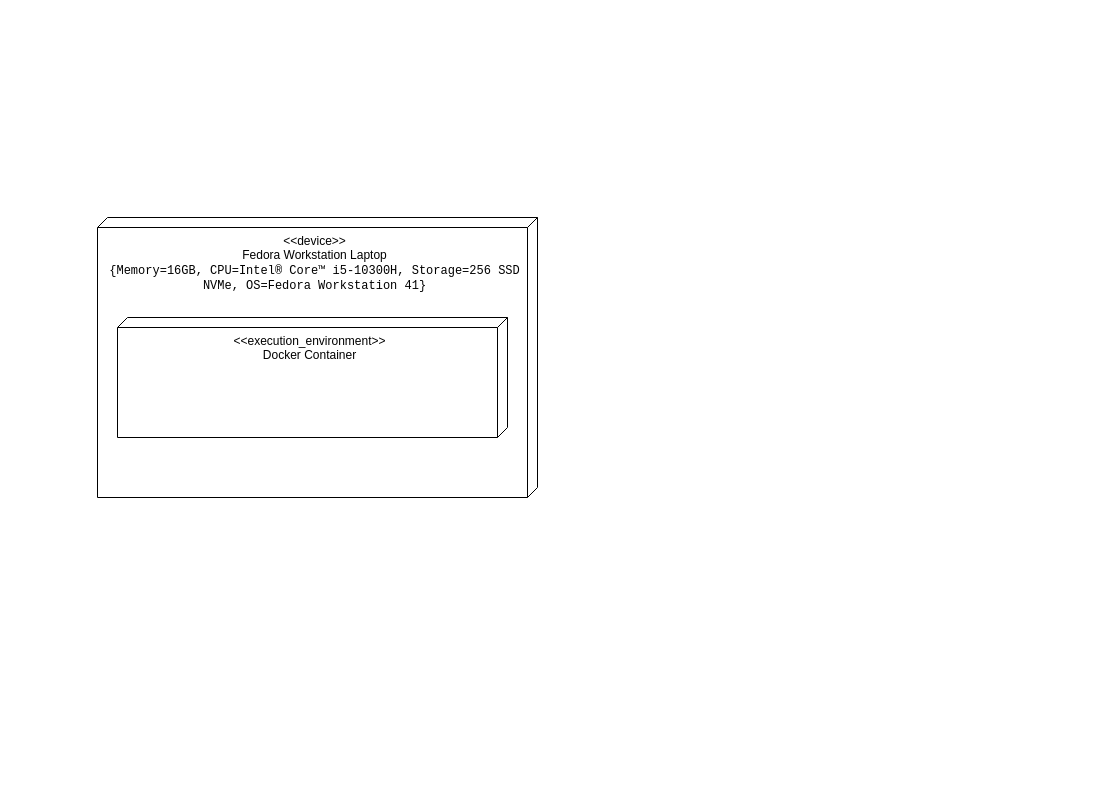
The draw.io diagram assets/deployment-model.drawio in joevtap/distributed-systems-jms-demo, before the edit. Source tidied: cells renumbered, new cells numbered last; positions are measured from the earlier drawing's top-left corner, leaving out a move shared by most shapes. Both pictures are drawn from the tidied source at 100%, with x=0, y=0 at pixel (97, 217).
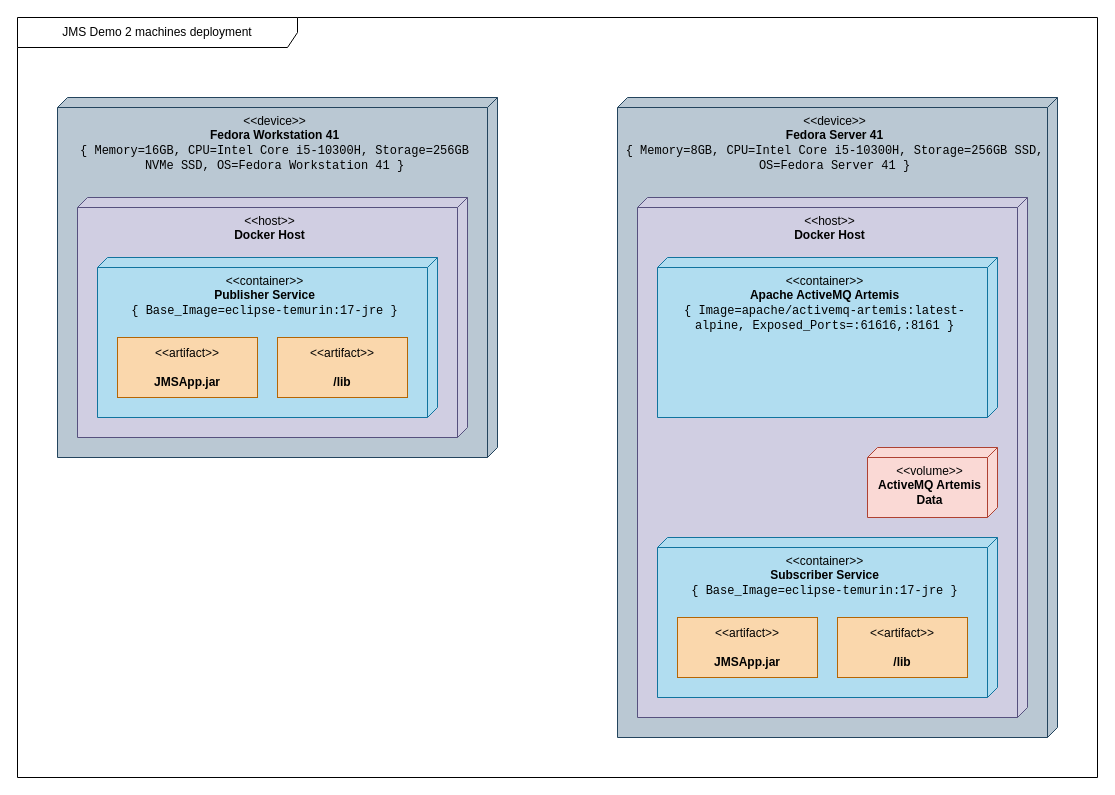
The same page after the edit.

The edit, as a diff of the source:
```diff
@@
 <mxGraphModel>
   <root>
     <mxCell id="0" />
     <mxCell id="1" parent="0" />
+    <mxCell id="4" value="JMS Demo 2 machines deployment" style="shape=umlFrame;whiteSpace=wrap;html=1;width=280;height=30;" parent="1" vertex="1">
+      <mxGeometry x="-80" y="-200" width="1080" height="760" as="geometry" />
+    </mxCell>
-    <mxCell id="2" value="&lt;div&gt;&amp;lt;&amp;lt;device&amp;gt;&amp;gt;&lt;/div&gt;&lt;div&gt;Fedora Workstation Laptop&lt;/div&gt;&lt;font face=&quot;monospace&quot;&gt;{Memory=16GB, CPU=Intel® Core™ i5-10300H,&amp;nbsp;Storage=256 SSD NVMe, OS=Fedora Workstation 41}&lt;/font&gt;" style="verticalAlign=top;align=center;shape=cube;size=10;direction=south;fontStyle=0;html=1;boundedLbl=1;spacingLeft=5;whiteSpace=wrap;" parent="1" vertex="1">
-      <mxGeometry width="440" height="280" as="geometry" />
+    <mxCell id="2" value="&lt;div&gt;&amp;lt;&amp;lt;device&amp;gt;&amp;gt;&lt;/div&gt;&lt;div&gt;&lt;b&gt;Fedora Workstation 41&lt;/b&gt;&lt;/div&gt;&lt;font face=&quot;monospace&quot;&gt;{ Memory=16GB, CPU=Intel Core i5-10300H,&amp;nbsp;Storage=256GB NVMe SSD, OS=Fedora Workstation 41 }&lt;/font&gt;" style="verticalAlign=top;align=center;shape=cube;size=10;direction=south;fontStyle=0;html=1;boundedLbl=1;spacingLeft=5;whiteSpace=wrap;fillColor=#bac8d3;strokeColor=#23445d;" parent="4" vertex="1">
+      <mxGeometry x="40" y="80" width="440" height="360" as="geometry" />
     </mxCell>
-    <mxCell id="3" value="&amp;lt;&amp;lt;execution_environment&amp;gt;&amp;gt;&lt;div&gt;Docker Container&lt;/div&gt;" style="verticalAlign=top;align=center;shape=cube;size=10;direction=south;html=1;boundedLbl=1;spacingLeft=5;whiteSpace=wrap;" parent="2" vertex="1">
-      <mxGeometry width="390" height="120" relative="1" as="geometry">
+    <mxCell id="3" value="&amp;lt;&amp;lt;host&amp;gt;&amp;gt;&lt;div&gt;&lt;b&gt;Docker Host&lt;/b&gt;&lt;/div&gt;" style="verticalAlign=top;align=center;shape=cube;size=10;direction=south;html=1;boundedLbl=1;spacingLeft=5;whiteSpace=wrap;fillColor=#d0cee2;strokeColor=#56517e;" parent="2" vertex="1">
+      <mxGeometry width="390" height="240" relative="1" as="geometry">
         <mxPoint x="20" y="100" as="offset" />
       </mxGeometry>
     </mxCell>
+    <mxCell id="5" value="&amp;lt;&amp;lt;container&amp;gt;&amp;gt;&lt;div&gt;&lt;b&gt;Publisher Service&lt;br&gt;&lt;/b&gt;&lt;font face=&quot;Monospace&quot;&gt;{ Base_Image=eclipse-temurin:17-jre }&lt;/font&gt;&lt;/div&gt;" style="verticalAlign=top;align=center;shape=cube;size=10;direction=south;html=1;boundedLbl=1;spacingLeft=5;whiteSpace=wrap;fillColor=#b1ddf0;strokeColor=#10739e;" parent="2" vertex="1">
+      <mxGeometry width="340" height="160" relative="1" as="geometry">
+        <mxPoint x="40" y="160" as="offset" />
+      </mxGeometry>
+    </mxCell>
+    <mxCell id="6" value="&amp;lt;&amp;lt;artifact&amp;gt;&amp;gt;&lt;br&gt;&lt;br&gt;&lt;b&gt;JMSApp.jar&lt;/b&gt;" style="html=1;align=center;verticalAlign=middle;dashed=0;whiteSpace=wrap;fillColor=#fad7ac;strokeColor=#b46504;" parent="2" vertex="1">
+      <mxGeometry x="60" y="240" width="140" height="60" as="geometry" />
+    </mxCell>
+    <mxCell id="7" value="&amp;lt;&amp;lt;artifact&amp;gt;&amp;gt;&lt;br&gt;&lt;br&gt;&lt;b&gt;/lib&lt;/b&gt;" style="html=1;align=center;verticalAlign=middle;dashed=0;whiteSpace=wrap;fillColor=#fad7ac;strokeColor=#b46504;" parent="2" vertex="1">
+      <mxGeometry x="220" y="240" width="130" height="60" as="geometry" />
+    </mxCell>
+    <mxCell id="8" value="&lt;div&gt;&amp;lt;&amp;lt;device&amp;gt;&amp;gt;&lt;/div&gt;&lt;div&gt;&lt;b&gt;Fedora Server 41&lt;/b&gt;&lt;/div&gt;&lt;font face=&quot;monospace&quot;&gt;{ Memory=8GB, CPU=Intel Core i5-10300H,&amp;nbsp;Storage=256GB SSD, OS=Fedora Server 41 }&lt;/font&gt;" style="verticalAlign=top;align=center;shape=cube;size=10;direction=south;fontStyle=0;html=1;boundedLbl=1;spacingLeft=5;whiteSpace=wrap;fillColor=#bac8d3;strokeColor=#23445d;" parent="1" vertex="1">
+      <mxGeometry x="520" y="-120" width="440" height="640" as="geometry" />
+    </mxCell>
+    <mxCell id="9" value="&amp;lt;&amp;lt;host&amp;gt;&amp;gt;&lt;div&gt;&lt;b&gt;Docker Host&lt;/b&gt;&lt;/div&gt;" style="verticalAlign=top;align=center;shape=cube;size=10;direction=south;html=1;boundedLbl=1;spacingLeft=5;whiteSpace=wrap;fillColor=#d0cee2;strokeColor=#56517e;" parent="8" vertex="1">
+      <mxGeometry width="390" height="520" relative="1" as="geometry">
+        <mxPoint x="20" y="100" as="offset" />
+      </mxGeometry>
+    </mxCell>
+    <mxCell id="10" value="&amp;lt;&amp;lt;container&amp;gt;&amp;gt;&lt;div&gt;&lt;b&gt;Apache ActiveMQ Artemis&lt;br&gt;&lt;/b&gt;&lt;font face=&quot;Monospace&quot;&gt;{ Image=apache/activemq-artemis:latest-alpine, Exposed_Ports=:61616,:8161 }&lt;/font&gt;&lt;/div&gt;" style="verticalAlign=top;align=center;shape=cube;size=10;direction=south;html=1;boundedLbl=1;spacingLeft=5;whiteSpace=wrap;fillColor=#b1ddf0;strokeColor=#10739e;" parent="8" vertex="1">
+      <mxGeometry width="340" height="160" relative="1" as="geometry">
+        <mxPoint x="40" y="160" as="offset" />
+      </mxGeometry>
+    </mxCell>
+    <mxCell id="11" style="group;" parent="1" vertex="1">
+      <mxGeometry x="560" y="320" width="340" height="160" as="geometry" />
+    </mxCell>
+    <mxCell id="12" value="&amp;lt;&amp;lt;container&amp;gt;&amp;gt;&lt;div&gt;&lt;b&gt;Subscriber Service&lt;br&gt;&lt;/b&gt;&lt;font face=&quot;Monospace&quot;&gt;{ Base_Image=eclipse-temurin:17-jre }&lt;/font&gt;&lt;/div&gt;" style="verticalAlign=top;align=center;shape=cube;size=10;direction=south;html=1;boundedLbl=1;spacingLeft=5;whiteSpace=wrap;fillColor=#b1ddf0;strokeColor=#10739e;" parent="11" vertex="1">
+      <mxGeometry width="340" height="160" relative="1" as="geometry" />
+    </mxCell>
+    <mxCell id="13" value="&amp;lt;&amp;lt;artifact&amp;gt;&amp;gt;&lt;br&gt;&lt;br&gt;&lt;b&gt;JMSApp.jar&lt;/b&gt;" style="html=1;align=center;verticalAlign=middle;dashed=0;whiteSpace=wrap;fillColor=#fad7ac;strokeColor=#b46504;" parent="11" vertex="1">
+      <mxGeometry x="20" y="80" width="140" height="60" as="geometry" />
+    </mxCell>
+    <mxCell id="14" value="&amp;lt;&amp;lt;artifact&amp;gt;&amp;gt;&lt;br&gt;&lt;br&gt;&lt;b&gt;/lib&lt;/b&gt;" style="html=1;align=center;verticalAlign=middle;dashed=0;whiteSpace=wrap;fillColor=#fad7ac;strokeColor=#b46504;" parent="11" vertex="1">
+      <mxGeometry x="180" y="80" width="130" height="60" as="geometry" />
+    </mxCell>
+    <mxCell id="15" value="&amp;lt;&amp;lt;volume&amp;gt;&amp;gt;&lt;div&gt;&lt;b&gt;ActiveMQ Artemis Data&lt;/b&gt;&lt;br&gt;&lt;/div&gt;" style="verticalAlign=top;align=center;shape=cube;size=10;direction=south;html=1;boundedLbl=1;spacingLeft=5;whiteSpace=wrap;fillColor=#fad9d5;strokeColor=#ae4132;" parent="1" vertex="1">
+      <mxGeometry x="770" y="230" width="130" height="70" as="geometry" />
+    </mxCell>
   </root>
 </mxGraphModel>
```
